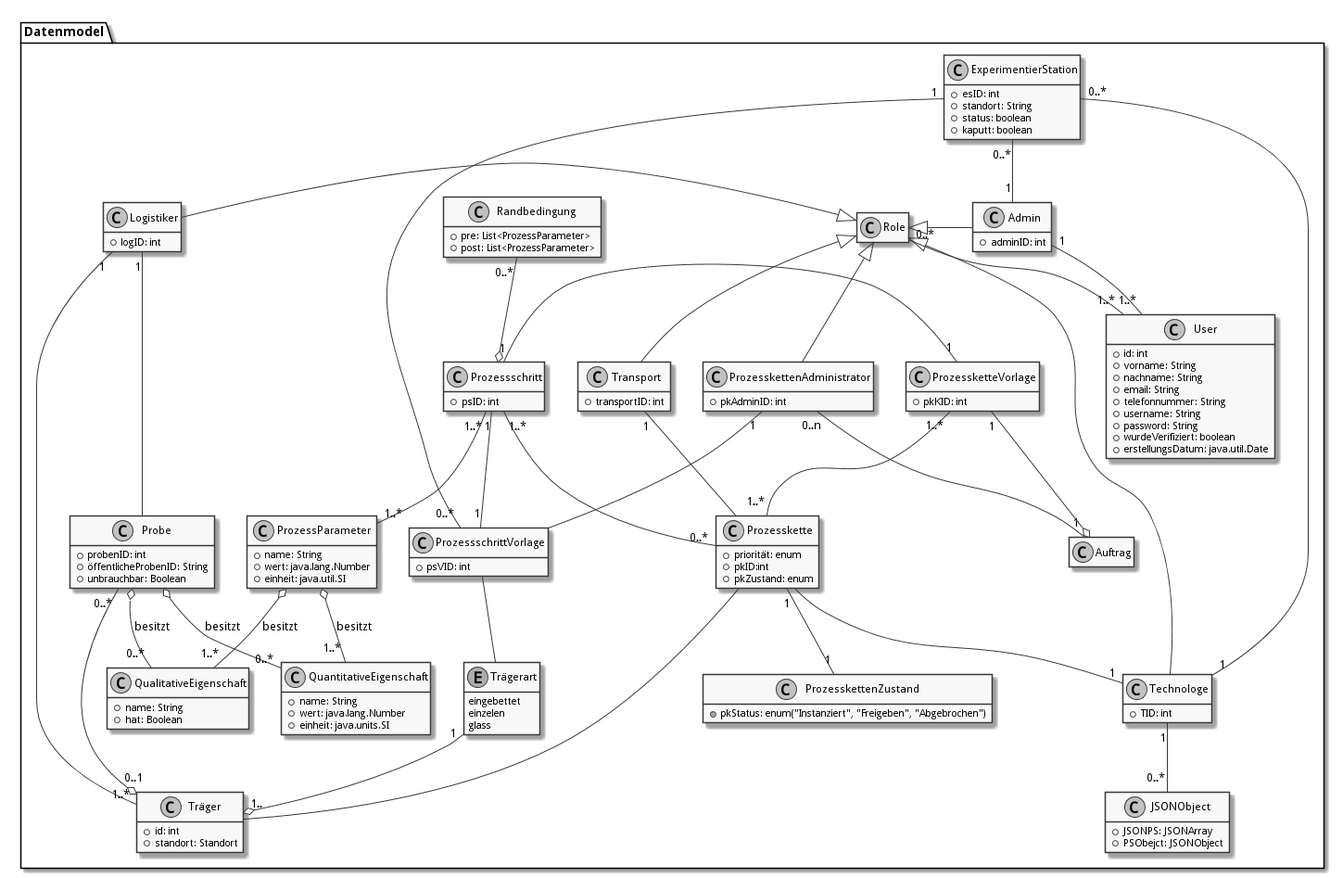
Before: doc/UML/datenModel.png, a diagram exported from PlantUML (fkehlenb/softwareprojekt-2).
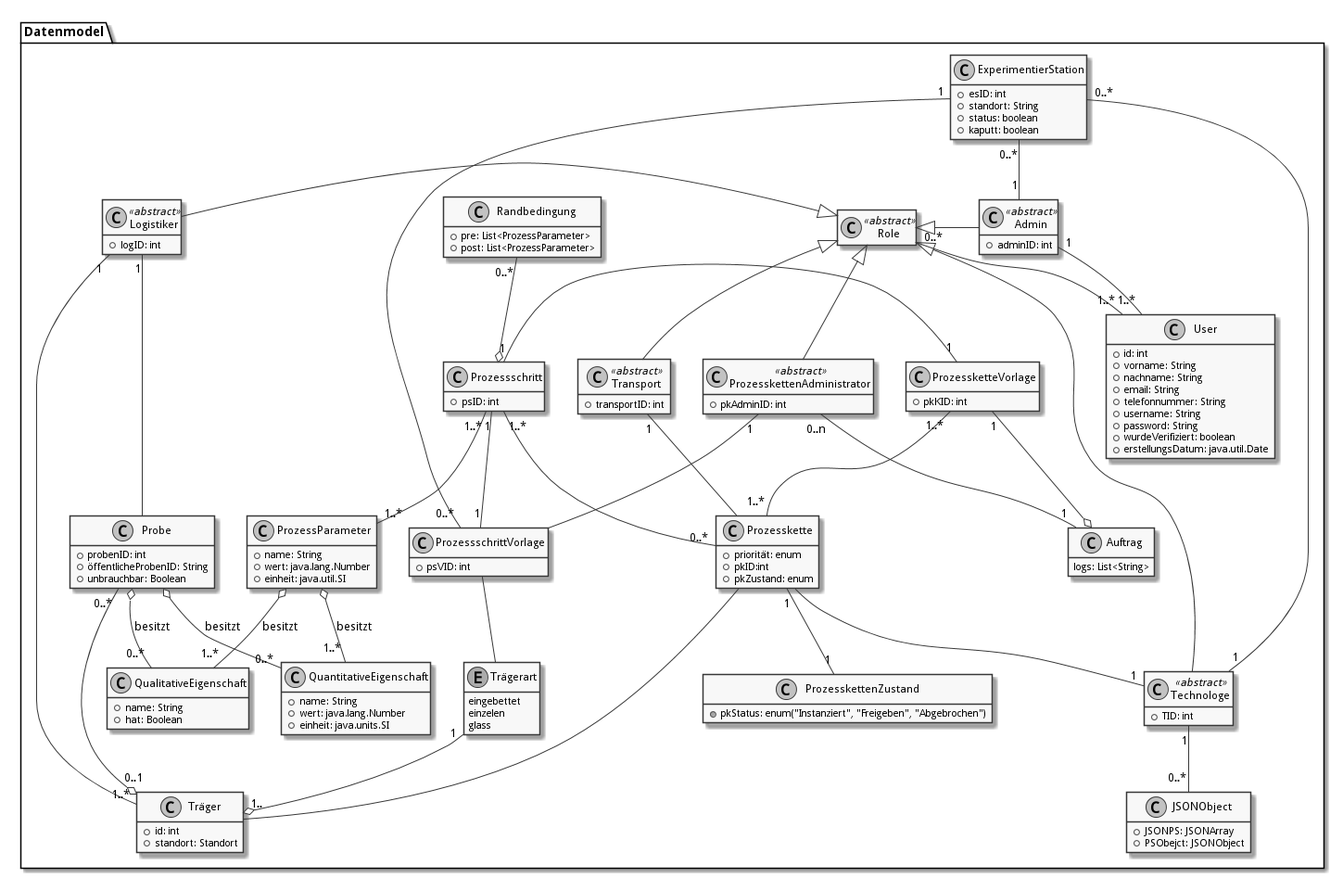
Later version of the same file.

The edit, as a diff of the source:
```diff
@@ -5,10 +5,10 @@
 hide empty members
 
 package Datenmodel {
-  class Role {
+  class Role  <<abstract>> {
   }
 
-  class Logistiker {
+  class Logistiker  <<abstract>> {
   +logID: int
   }
 
@@ -24,16 +24,16 @@
     +erstellungsDatum: java.util.Date
   }
 
-  class Admin {
+  class Admin <<abstract>>{
     +adminID: int
   }
 
 
-  class "Technologe" as t {
+  class "Technologe" as t  <<abstract>> {
     +TID: int
   }
 
-  class "Transport" as transport {
+  class "Transport" as transport  <<abstract>> {
     +transportID: int
   }
 
@@ -82,7 +82,7 @@
   }
 
   together {
-    class "ProzesskettenAdministrator" as pkAdmin {
+    class "ProzesskettenAdministrator" as pkAdmin  <<abstract>> {
       +pkAdminID: int
     }
 
@@ -117,6 +117,10 @@
   class JSONObject {
     +JSONPS: JSONArray
     +PSObejct: JSONObject
+  }
+
+  class Auftrag {
+  logs: List<String>
   }
 
   Role <|-left- Logistiker
```
